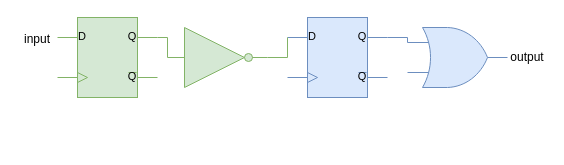
The draw.io diagram papers/thesis/diagrams_src/logic_cone.drawio in mattyoung101/tamara, before the edit. Source tidied: cells renumbered, new cells numbered last; positions are measured from the earlier drawing's top-left corner, leaving out a move shared by most shapes. Both pictures are drawn from the tidied source at 100%, with x=0, y=0 at pixel (17, 17).
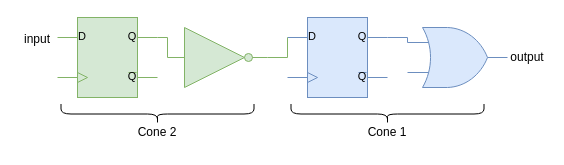
The same page after the edit.

Diff of the diagram source:
```diff
@@
 <mxGraphModel>
   <root>
     <mxCell id="0" />
     <mxCell id="1" parent="0" />
     <mxCell id="2" style="verticalLabelPosition=bottom;shadow=0;dashed=0;align=center;html=1;verticalAlign=top;shape=mxgraph.electrical.logic_gates.d_type_flip-flop;fillColor=#d5e8d4;strokeColor=#82b366;" parent="1" vertex="1">
       <mxGeometry x="40" width="100" height="80" as="geometry" />
     </mxCell>
     <mxCell id="3" style="verticalLabelPosition=bottom;shadow=0;dashed=0;align=center;html=1;verticalAlign=top;shape=mxgraph.electrical.logic_gates.logic_gate;operation=or;fillColor=#dae8fc;strokeColor=#6c8ebf;" parent="1" vertex="1">
       <mxGeometry x="390" y="10" width="100" height="60" as="geometry" />
     </mxCell>
     <mxCell id="4" style="verticalLabelPosition=bottom;shadow=0;dashed=0;align=center;html=1;verticalAlign=top;shape=mxgraph.electrical.logic_gates.inverter_2;fillColor=#d5e8d4;strokeColor=#82b366;" parent="1" vertex="1">
       <mxGeometry x="150" y="10" width="100" height="60" as="geometry" />
     </mxCell>
     <mxCell id="5" style="edgeStyle=orthogonalEdgeStyle;rounded=0;jettySize=auto;html=1;exitX=1;exitY=0.25;exitDx=0;exitDy=0;exitPerimeter=0;entryX=0;entryY=0.5;entryDx=0;entryDy=0;entryPerimeter=0;endArrow=none;startFill=0;fillColor=#d5e8d4;strokeColor=#82b366;" parent="1" edge="1" source="2" target="4">
       <mxGeometry relative="1" as="geometry" />
     </mxCell>
     <mxCell id="6" style="verticalLabelPosition=bottom;shadow=0;dashed=0;align=center;html=1;verticalAlign=top;shape=mxgraph.electrical.logic_gates.d_type_flip-flop;fillColor=#dae8fc;strokeColor=#6c8ebf;" parent="1" vertex="1">
       <mxGeometry x="270" width="100" height="80" as="geometry" />
     </mxCell>
     <mxCell id="7" style="edgeStyle=orthogonalEdgeStyle;rounded=0;jettySize=auto;html=1;exitX=1;exitY=0.5;exitDx=0;exitDy=0;exitPerimeter=0;entryX=0;entryY=0.25;entryDx=0;entryDy=0;entryPerimeter=0;endArrow=none;startFill=0;fillColor=#d5e8d4;strokeColor=#82b366;" parent="1" edge="1" source="4" target="6">
       <mxGeometry relative="1" as="geometry" />
     </mxCell>
     <mxCell id="8" style="edgeStyle=orthogonalEdgeStyle;rounded=0;jettySize=auto;html=1;exitX=1;exitY=0.25;exitDx=0;exitDy=0;exitPerimeter=0;entryX=0;entryY=0.25;entryDx=0;entryDy=0;entryPerimeter=0;endArrow=none;startFill=0;fillColor=#dae8fc;strokeColor=#6c8ebf;" parent="1" edge="1" source="6" target="3">
       <mxGeometry relative="1" as="geometry" />
     </mxCell>
     <mxCell id="9" value="input" style="text;html=1;align=center;verticalAlign=middle;whiteSpace=wrap;rounded=0;" parent="1" vertex="1">
       <mxGeometry y="7" width="40" height="30" as="geometry" />
     </mxCell>
     <mxCell id="10" value="output" style="text;html=1;align=center;verticalAlign=middle;whiteSpace=wrap;rounded=0;" parent="1" vertex="1">
       <mxGeometry x="490" y="25" width="40" height="30" as="geometry" />
     </mxCell>
+    <mxCell id="11" style="shape=curlyBracket;whiteSpace=wrap;html=1;rounded=1;labelPosition=left;verticalLabelPosition=middle;align=right;verticalAlign=middle;rotation=-90;" parent="1" vertex="1">
+      <mxGeometry x="130" width="20" height="193" as="geometry" />
+    </mxCell>
+    <mxCell id="12" style="shape=curlyBracket;whiteSpace=wrap;html=1;rounded=1;labelPosition=left;verticalLabelPosition=middle;align=right;verticalAlign=middle;rotation=-90;" parent="1" vertex="1">
+      <mxGeometry x="360" width="20" height="193" as="geometry" />
+    </mxCell>
+    <mxCell id="13" value="Cone 2" style="text;html=1;align=center;verticalAlign=middle;whiteSpace=wrap;rounded=0;" parent="1" vertex="1">
+      <mxGeometry x="110" y="100" width="60" height="30" as="geometry" />
+    </mxCell>
+    <mxCell id="14" value="Cone 1" style="text;html=1;align=center;verticalAlign=middle;whiteSpace=wrap;rounded=0;" parent="1" vertex="1">
+      <mxGeometry x="340" y="100" width="60" height="30" as="geometry" />
+    </mxCell>
   </root>
 </mxGraphModel>
```
